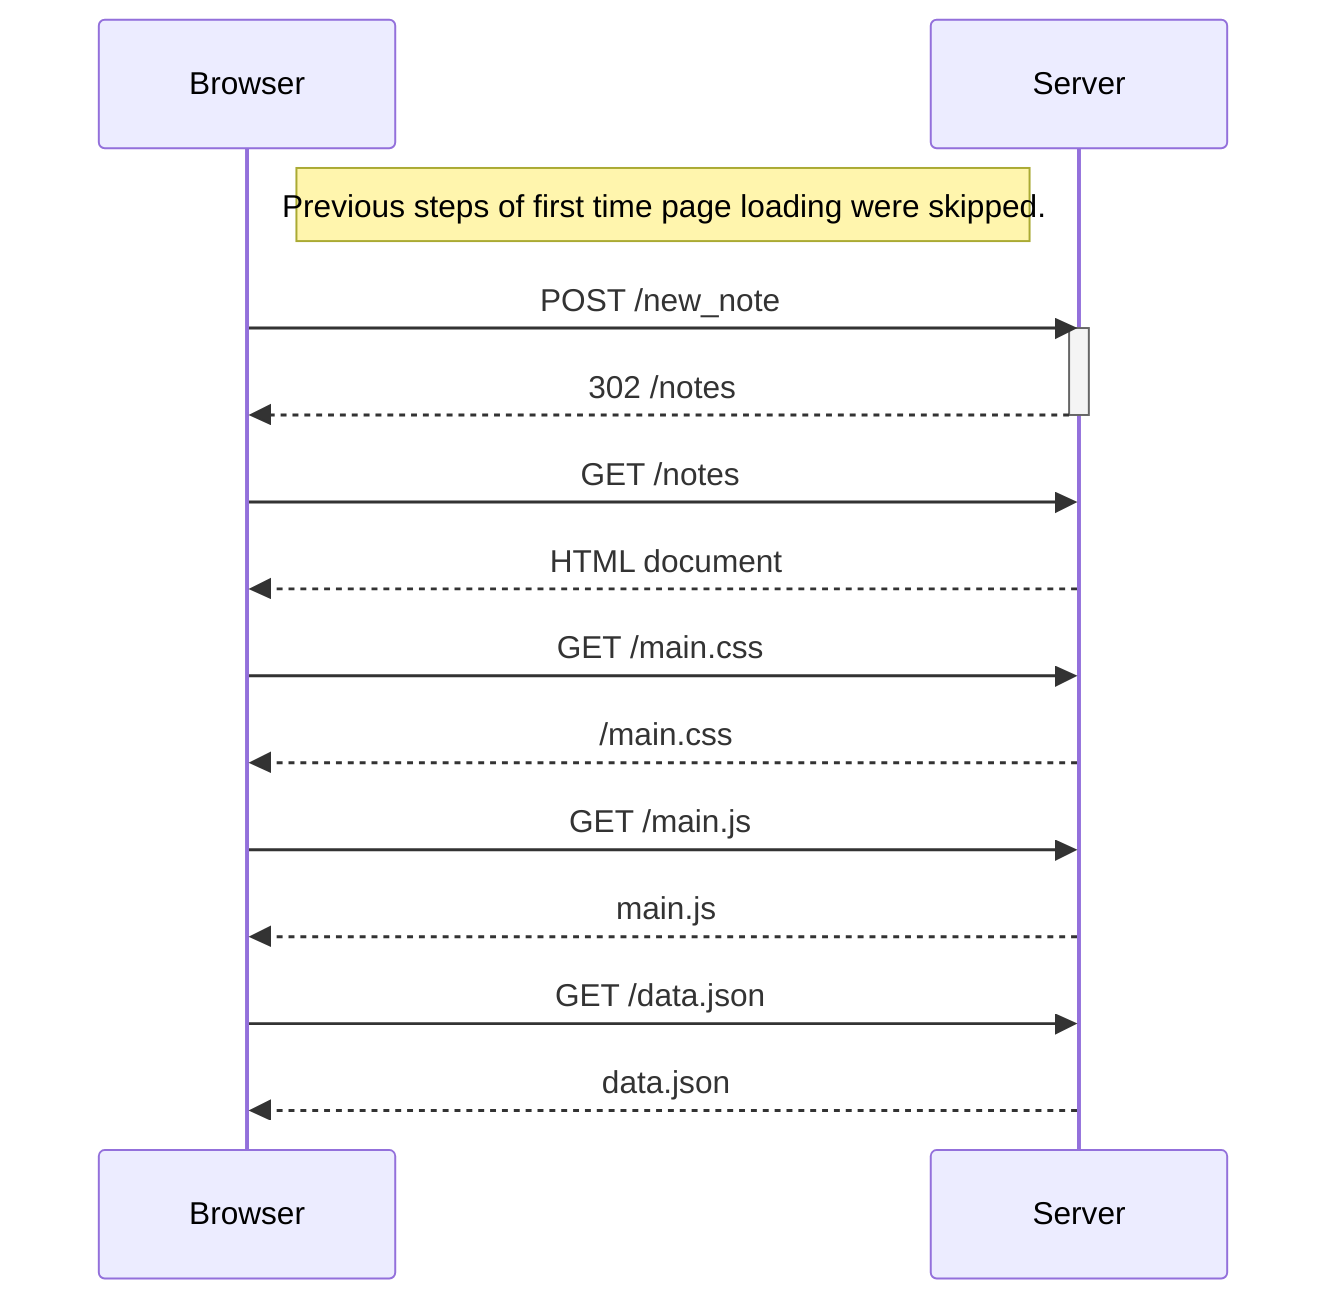
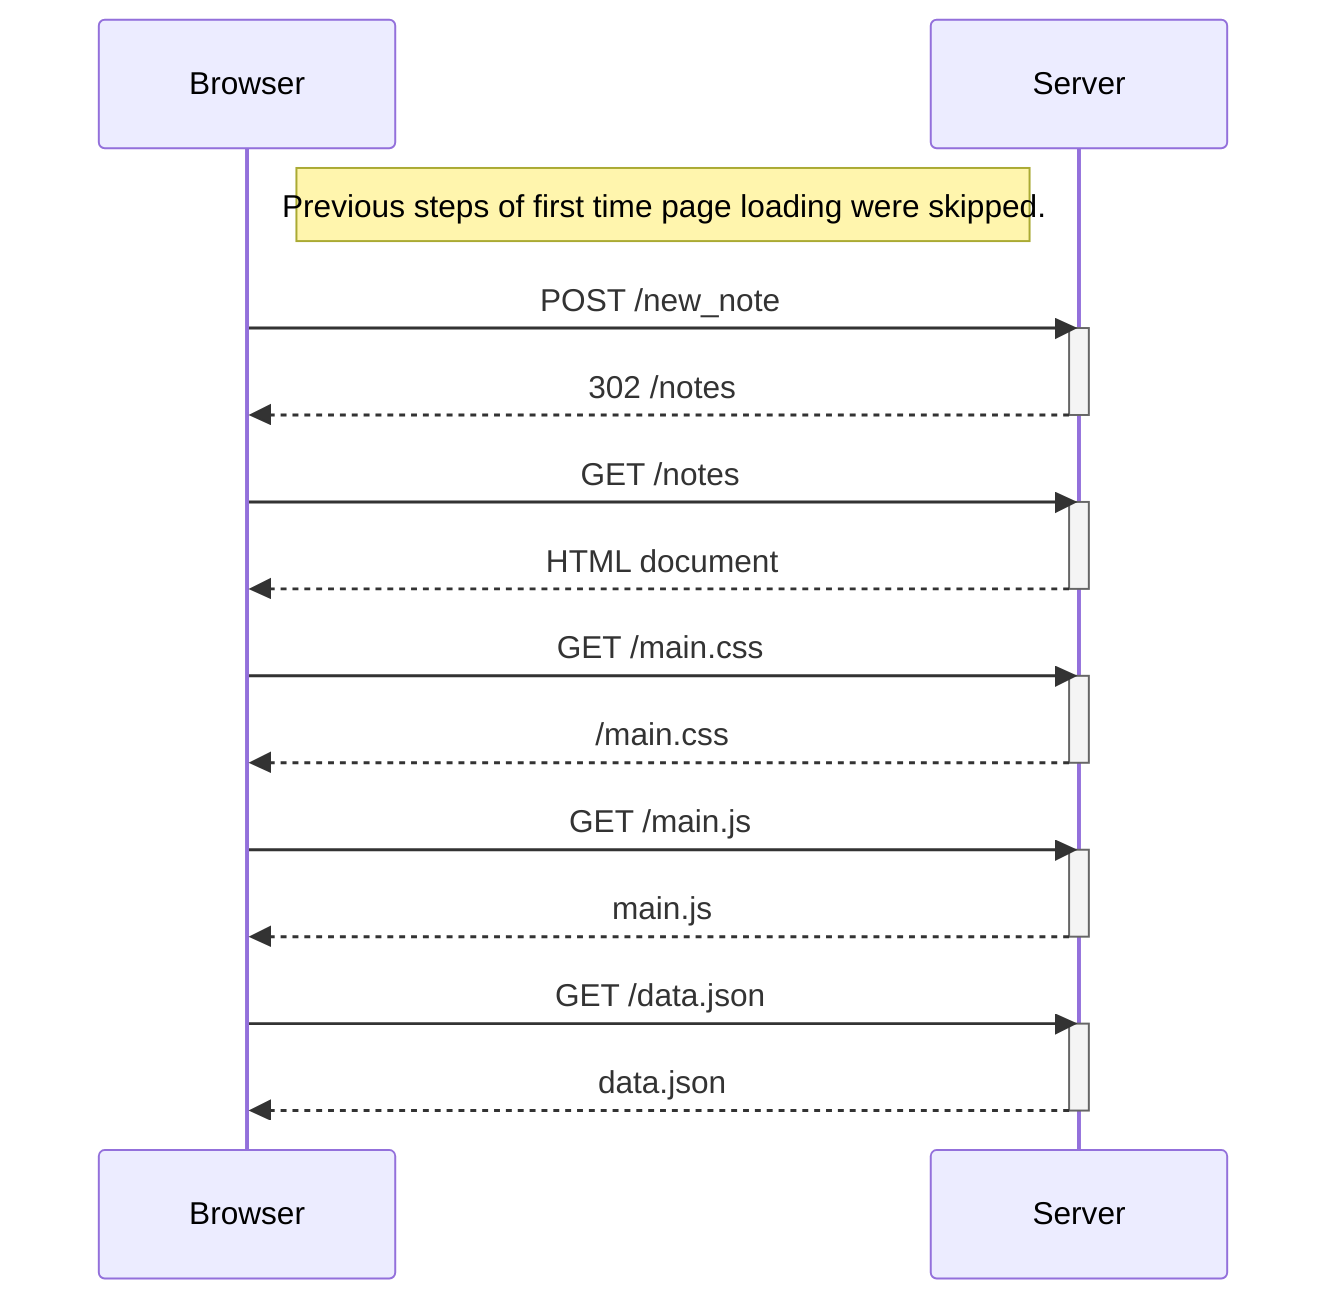
sequenceDiagram
  participant Browser
  participant Server
  Note right of Browser: Previous steps of first time page loading were skipped.
  Browser ->> Server: POST /new_note
  activate Server
  Server -->> Browser: 302 /notes
  deactivate Server
  Browser ->> Server: GET /notes
+   activate Server
  Server -->> Browser: HTML document
+   deactivate Server
  Browser ->> Server: GET /main.css
+   activate Server
  Server -->> Browser: /main.css
+   deactivate Server
  Browser ->> Server: GET /main.js
+   activate Server
  Server -->> Browser: main.js
+   deactivate Server
  Browser ->> Server: GET /data.json
+   activate Server
  Server -->> Browser: data.json
+   deactivate Server
